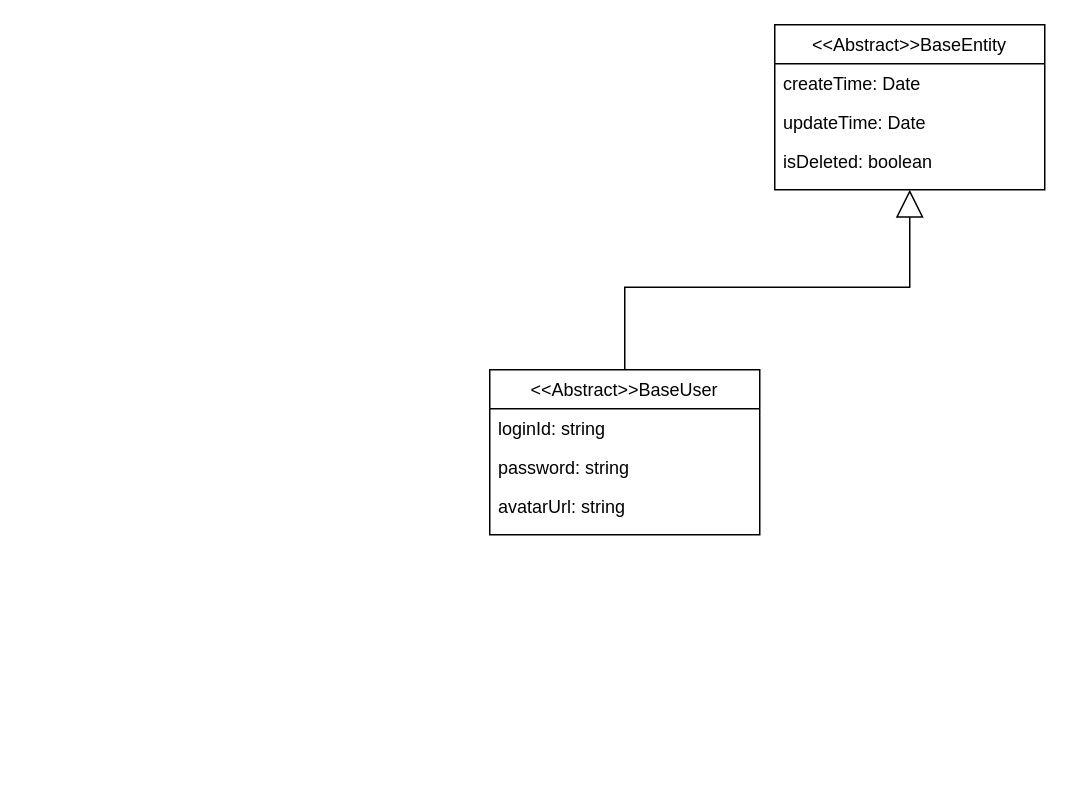
Above: domain.drawio in Blackmesa-Canteen/static-res (draw.io), before the change. Source tidied: cells renumbered, new cells numbered last; positions are measured from the earlier drawing's top-left corner, leaving out a move shared by most shapes. Both pictures are drawn from the tidied source at 150%, with x=0, y=0 at pixel (489, 24).
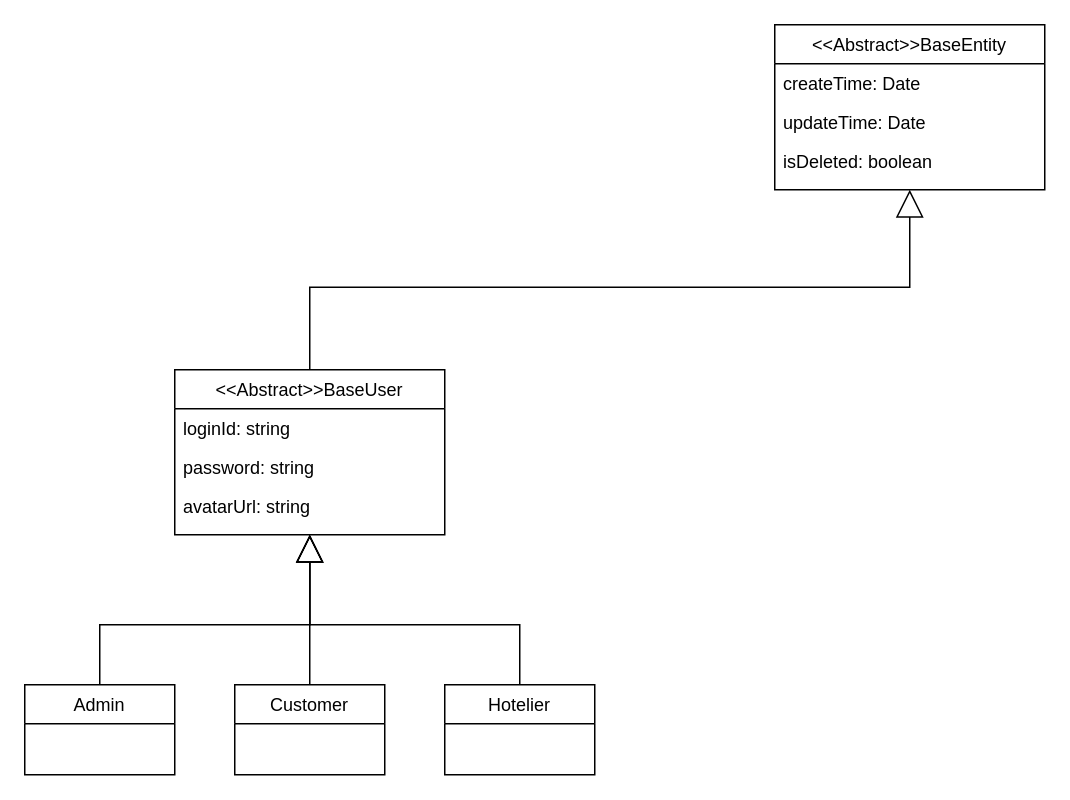
The same page after the edit.

The edit, as a diff of the source:
```diff
@@
     <mxCell id="7" value="&lt;&lt;Abstract&gt;&gt;BaseUser" style="swimlane;fontStyle=0;align=center;verticalAlign=top;horizontal=1;startSize=26;rounded=0;shadow=0;strokeWidth=1;" parent="1" vertex="1">
-      <mxGeometry y="230" width="180" height="110" as="geometry" />
+      <mxGeometry x="-210" y="230" width="180" height="110" as="geometry" />
     </mxCell>
@@
+    <mxCell id="11" style="edgeStyle=orthogonalEdgeStyle;rounded=0;jettySize=auto;html=1;entryX=0.5;entryY=1;entryDx=0;entryDy=0;endArrow=block;endFill=0;endSize=16;strokeWidth=1;exitX=0.5;exitY=0;exitDx=0;exitDy=0;" parent="1" edge="1" source="12" target="7">
+      <mxGeometry relative="1" as="geometry">
+        <Array as="points">
+          <mxPoint x="-260" y="400" />
+          <mxPoint x="-120" y="400" />
+        </Array>
+      </mxGeometry>
+    </mxCell>
+    <mxCell id="12" value="Admin" style="swimlane;fontStyle=0;align=center;verticalAlign=top;horizontal=1;startSize=26;rounded=0;shadow=0;strokeWidth=1;" parent="1" vertex="1">
+      <mxGeometry x="-310" y="440" width="100" height="60" as="geometry" />
+    </mxCell>
+    <mxCell id="13" style="edgeStyle=orthogonalEdgeStyle;rounded=0;jettySize=auto;html=1;endArrow=block;endFill=0;endSize=16;strokeWidth=1;" parent="1" edge="1" source="14">
+      <mxGeometry relative="1" as="geometry">
+        <mxPoint x="-120" y="340" as="targetPoint" />
+      </mxGeometry>
+    </mxCell>
+    <mxCell id="14" value="Customer" style="swimlane;fontStyle=0;align=center;verticalAlign=top;horizontal=1;startSize=26;rounded=0;shadow=0;strokeWidth=1;" parent="1" vertex="1">
+      <mxGeometry x="-170" y="440" width="100" height="60" as="geometry" />
+    </mxCell>
+    <mxCell id="15" style="edgeStyle=orthogonalEdgeStyle;rounded=0;jettySize=auto;html=1;endArrow=block;endFill=0;endSize=16;strokeWidth=1;" parent="1" edge="1" source="16">
+      <mxGeometry relative="1" as="geometry">
+        <mxPoint x="-120" y="340" as="targetPoint" />
+        <Array as="points">
+          <mxPoint x="20" y="400" />
+          <mxPoint x="-120" y="400" />
+        </Array>
+      </mxGeometry>
+    </mxCell>
+    <mxCell id="16" value="Hotelier" style="swimlane;fontStyle=0;align=center;verticalAlign=top;horizontal=1;startSize=26;rounded=0;shadow=0;strokeWidth=1;" parent="1" vertex="1">
+      <mxGeometry x="-30" y="440" width="100" height="60" as="geometry" />
+    </mxCell>
```
